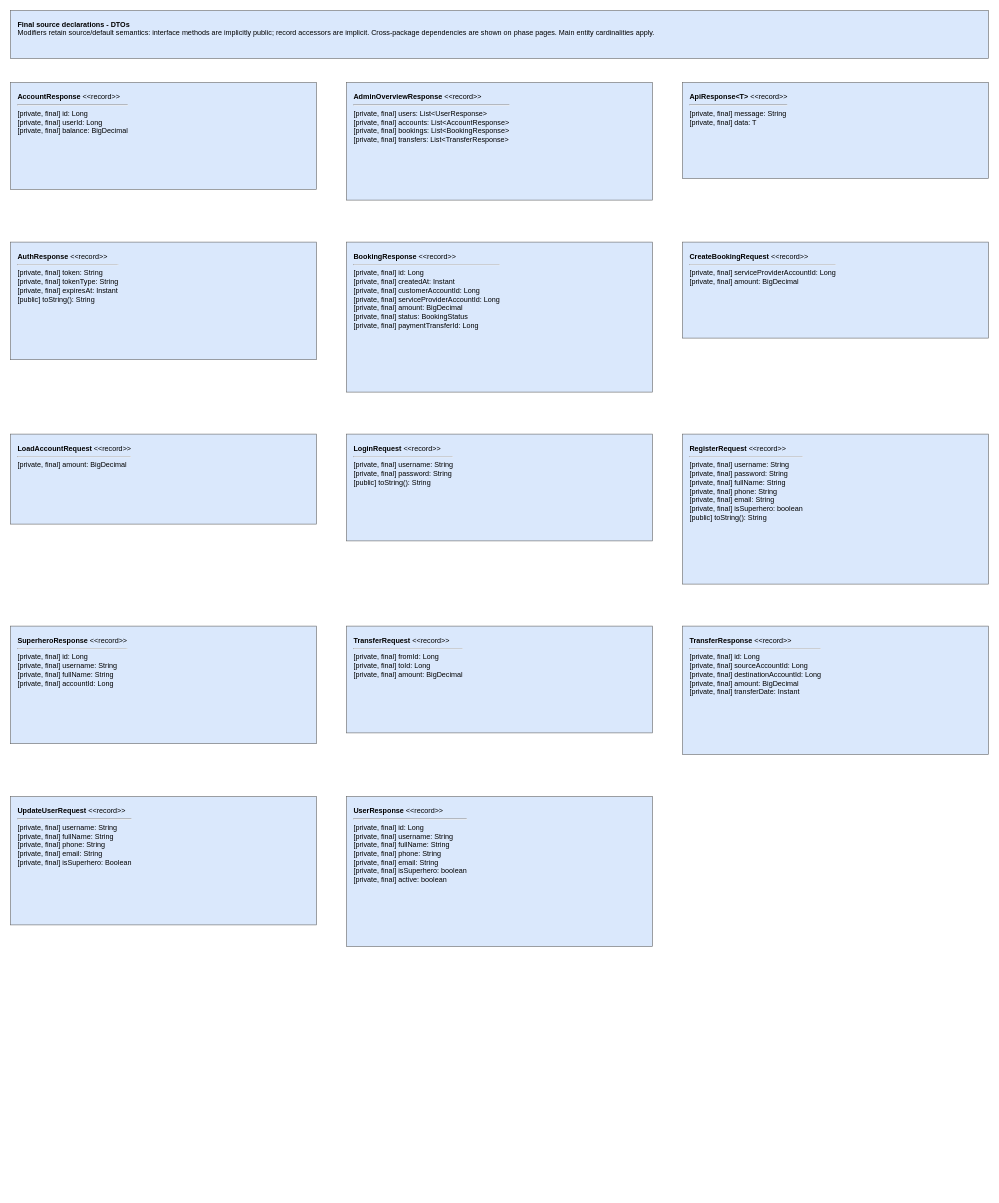
Earlier version of the draw.io diagram page "Final - DTOs" (10 of 14) of Kingpay.drawio (ezra-jeo/MCO1-ezra-jeo). Source tidied: cells renumbered, new cells numbered last; positions are measured from the earlier drawing's top-left corner, leaving out a move shared by most shapes. Both pictures are drawn from the tidied source at 60%, with x=0, y=0 at pixel (10, 10).
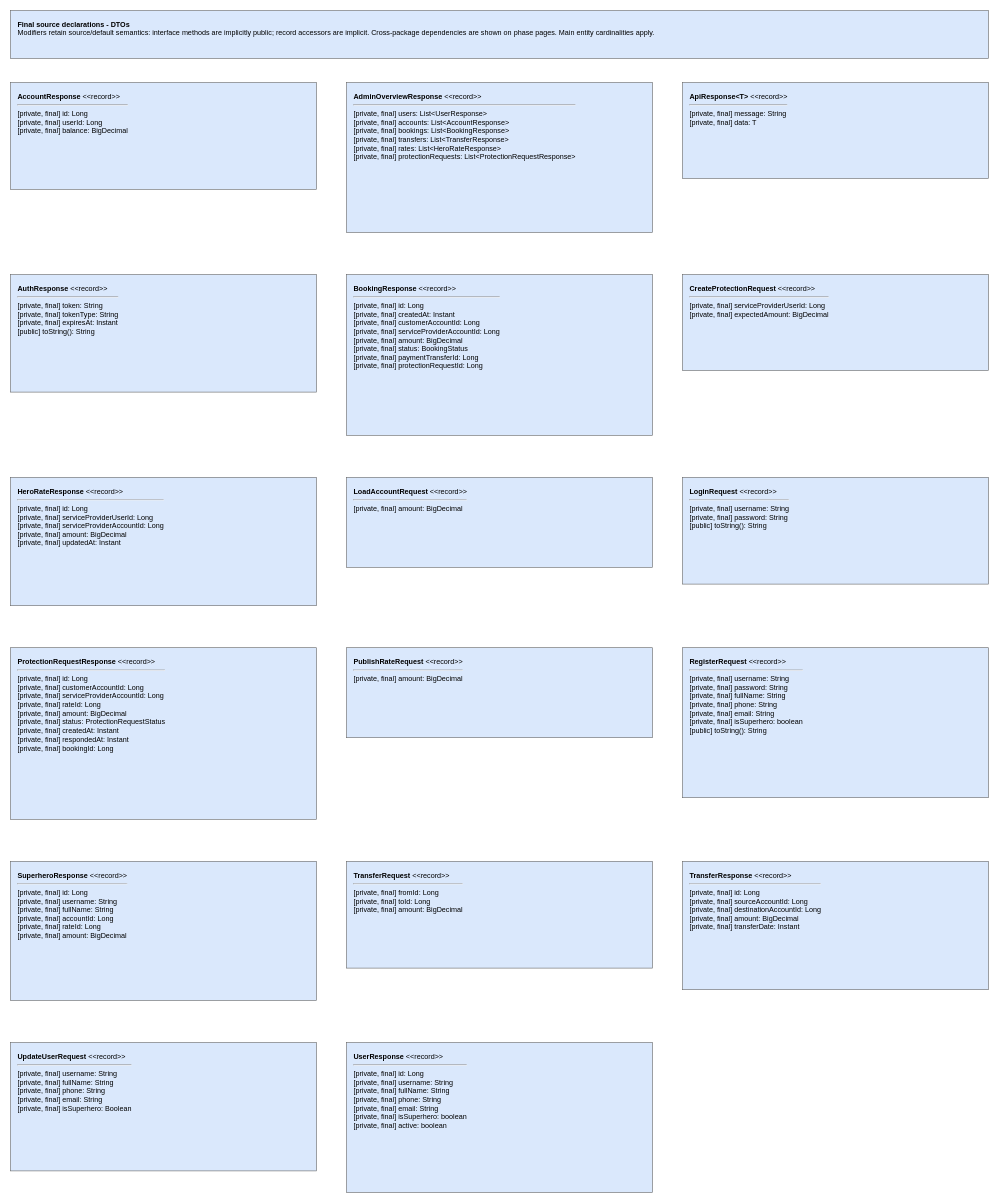
The same page after the edit.

What changed in the source:
```diff
@@
 <mxGraphModel>
   <root>
     <mxCell id="0" />
     <mxCell id="1" parent="0" />
     <mxCell id="2" value="&lt;b&gt;Final source declarations - DTOs&lt;/b&gt;&lt;br&gt;Modifiers retain source/default semantics: interface methods are implicitly public; record accessors are implicit. Cross-package dependencies are shown on phase pages. Main entity cardinalities apply." style="rounded=0;whiteSpace=wrap;html=1;align=left;verticalAlign=top;spacing=12;fontSize=12;fillColor=#dae8fc;strokeColor=#666666;" parent="1" vertex="1">
       <mxGeometry width="1630" height="80" as="geometry" />
     </mxCell>
     <mxCell id="3" value="&lt;b&gt;AccountResponse&lt;/b&gt; &amp;lt;&amp;lt;record&amp;gt;&amp;gt;&lt;hr&gt;[private, final] id: Long&lt;br&gt;[private, final] userId: Long&lt;br&gt;[private, final] balance: BigDecimal" style="rounded=0;whiteSpace=wrap;html=1;align=left;verticalAlign=top;spacing=12;fontSize=12;fillColor=#dae8fc;strokeColor=#666666;" parent="1" vertex="1">
       <mxGeometry y="120" width="510" height="178" as="geometry" />
     </mxCell>
-    <mxCell id="4" value="&lt;b&gt;AdminOverviewResponse&lt;/b&gt; &amp;lt;&amp;lt;record&amp;gt;&amp;gt;&lt;hr&gt;[private, final] users: List&amp;lt;UserResponse&amp;gt;&lt;br&gt;[private, final] accounts: List&amp;lt;AccountResponse&amp;gt;&lt;br&gt;[private, final] bookings: List&amp;lt;BookingResponse&amp;gt;&lt;br&gt;[private, final] transfers: List&amp;lt;TransferResponse&amp;gt;" style="rounded=0;whiteSpace=wrap;html=1;align=left;verticalAlign=top;spacing=12;fontSize=12;fillColor=#dae8fc;strokeColor=#666666;" parent="1" vertex="1">
-      <mxGeometry x="560" y="120" width="510" height="196" as="geometry" />
+    <mxCell id="4" value="&lt;b&gt;AdminOverviewResponse&lt;/b&gt; &amp;lt;&amp;lt;record&amp;gt;&amp;gt;&lt;hr&gt;[private, final] users: List&amp;lt;UserResponse&amp;gt;&lt;br&gt;[private, final] accounts: List&amp;lt;AccountResponse&amp;gt;&lt;br&gt;[private, final] bookings: List&amp;lt;BookingResponse&amp;gt;&lt;br&gt;[private, final] transfers: List&amp;lt;TransferResponse&amp;gt;&lt;br&gt;[private, final] rates: List&amp;lt;HeroRateResponse&amp;gt;&lt;br&gt;[private, final] protectionRequests: List&amp;lt;ProtectionRequestResponse&amp;gt;" style="rounded=0;whiteSpace=wrap;html=1;align=left;verticalAlign=top;spacing=12;fontSize=12;fillColor=#dae8fc;strokeColor=#666666;" parent="1" vertex="1">
+      <mxGeometry x="560" y="120" width="510" height="250" as="geometry" />
     </mxCell>
     <mxCell id="5" value="&lt;b&gt;ApiResponse&amp;lt;T&amp;gt;&lt;/b&gt; &amp;lt;&amp;lt;record&amp;gt;&amp;gt;&lt;hr&gt;[private, final] message: String&lt;br&gt;[private, final] data: T" style="rounded=0;whiteSpace=wrap;html=1;align=left;verticalAlign=top;spacing=12;fontSize=12;fillColor=#dae8fc;strokeColor=#666666;" parent="1" vertex="1">
       <mxGeometry x="1120" y="120" width="510" height="160" as="geometry" />
     </mxCell>
     <mxCell id="6" value="&lt;b&gt;AuthResponse&lt;/b&gt; &amp;lt;&amp;lt;record&amp;gt;&amp;gt;&lt;hr&gt;[private, final] token: String&lt;br&gt;[private, final] tokenType: String&lt;br&gt;[private, final] expiresAt: Instant&lt;br&gt;[public] toString(): String" style="rounded=0;whiteSpace=wrap;html=1;align=left;verticalAlign=top;spacing=12;fontSize=12;fillColor=#dae8fc;strokeColor=#666666;" parent="1" vertex="1">
-      <mxGeometry y="386" width="510" height="196" as="geometry" />
+      <mxGeometry y="440" width="510" height="196" as="geometry" />
     </mxCell>
-    <mxCell id="7" value="&lt;b&gt;BookingResponse&lt;/b&gt; &amp;lt;&amp;lt;record&amp;gt;&amp;gt;&lt;hr&gt;[private, final] id: Long&lt;br&gt;[private, final] createdAt: Instant&lt;br&gt;[private, final] customerAccountId: Long&lt;br&gt;[private, final] serviceProviderAccountId: Long&lt;br&gt;[private, final] amount: BigDecimal&lt;br&gt;[private, final] status: BookingStatus&lt;br&gt;[private, final] paymentTransferId: Long" style="rounded=0;whiteSpace=wrap;html=1;align=left;verticalAlign=top;spacing=12;fontSize=12;fillColor=#dae8fc;strokeColor=#666666;" parent="1" vertex="1">
-      <mxGeometry x="560" y="386" width="510" height="250" as="geometry" />
+    <mxCell id="7" value="&lt;b&gt;BookingResponse&lt;/b&gt; &amp;lt;&amp;lt;record&amp;gt;&amp;gt;&lt;hr&gt;[private, final] id: Long&lt;br&gt;[private, final] createdAt: Instant&lt;br&gt;[private, final] customerAccountId: Long&lt;br&gt;[private, final] serviceProviderAccountId: Long&lt;br&gt;[private, final] amount: BigDecimal&lt;br&gt;[private, final] status: BookingStatus&lt;br&gt;[private, final] paymentTransferId: Long&lt;br&gt;[private, final] protectionRequestId: Long" style="rounded=0;whiteSpace=wrap;html=1;align=left;verticalAlign=top;spacing=12;fontSize=12;fillColor=#dae8fc;strokeColor=#666666;" parent="1" vertex="1">
+      <mxGeometry x="560" y="440" width="510" height="268" as="geometry" />
     </mxCell>
-    <mxCell id="8" value="&lt;b&gt;CreateBookingRequest&lt;/b&gt; &amp;lt;&amp;lt;record&amp;gt;&amp;gt;&lt;hr&gt;[private, final] serviceProviderAccountId: Long&lt;br&gt;[private, final] amount: BigDecimal" style="rounded=0;whiteSpace=wrap;html=1;align=left;verticalAlign=top;spacing=12;fontSize=12;fillColor=#dae8fc;strokeColor=#666666;" parent="1" vertex="1">
-      <mxGeometry x="1120" y="386" width="510" height="160" as="geometry" />
-    </mxCell>
+    <mxCell id="17" value="&lt;b&gt;CreateProtectionRequest&lt;/b&gt; &amp;lt;&amp;lt;record&amp;gt;&amp;gt;&lt;hr&gt;[private, final] serviceProviderUserId: Long&lt;br&gt;[private, final] expectedAmount: BigDecimal" style="rounded=0;whiteSpace=wrap;html=1;align=left;verticalAlign=top;spacing=12;fontSize=12;fillColor=#dae8fc;strokeColor=#666666;" parent="1" vertex="1">
+      <mxGeometry x="1120" y="440" width="510" height="160" as="geometry" />
+    </mxCell>
+    <mxCell id="18" value="&lt;b&gt;HeroRateResponse&lt;/b&gt; &amp;lt;&amp;lt;record&amp;gt;&amp;gt;&lt;hr&gt;[private, final] id: Long&lt;br&gt;[private, final] serviceProviderUserId: Long&lt;br&gt;[private, final] serviceProviderAccountId: Long&lt;br&gt;[private, final] amount: BigDecimal&lt;br&gt;[private, final] updatedAt: Instant" style="rounded=0;whiteSpace=wrap;html=1;align=left;verticalAlign=top;spacing=12;fontSize=12;fillColor=#dae8fc;strokeColor=#666666;" parent="1" vertex="1">
+      <mxGeometry y="778" width="510" height="214" as="geometry" />
+    </mxCell>
     <mxCell id="9" value="&lt;b&gt;LoadAccountRequest&lt;/b&gt; &amp;lt;&amp;lt;record&amp;gt;&amp;gt;&lt;hr&gt;[private, final] amount: BigDecimal" style="rounded=0;whiteSpace=wrap;html=1;align=left;verticalAlign=top;spacing=12;fontSize=12;fillColor=#dae8fc;strokeColor=#666666;" parent="1" vertex="1">
-      <mxGeometry y="706" width="510" height="150" as="geometry" />
+      <mxGeometry x="560" y="778" width="510" height="150" as="geometry" />
     </mxCell>
     <mxCell id="10" value="&lt;b&gt;LoginRequest&lt;/b&gt; &amp;lt;&amp;lt;record&amp;gt;&amp;gt;&lt;hr&gt;[private, final] username: String&lt;br&gt;[private, final] password: String&lt;br&gt;[public] toString(): String" style="rounded=0;whiteSpace=wrap;html=1;align=left;verticalAlign=top;spacing=12;fontSize=12;fillColor=#dae8fc;strokeColor=#666666;" parent="1" vertex="1">
-      <mxGeometry x="560" y="706" width="510" height="178" as="geometry" />
+      <mxGeometry x="1120" y="778" width="510" height="178" as="geometry" />
     </mxCell>
+    <mxCell id="19" value="&lt;b&gt;ProtectionRequestResponse&lt;/b&gt; &amp;lt;&amp;lt;record&amp;gt;&amp;gt;&lt;hr&gt;[private, final] id: Long&lt;br&gt;[private, final] customerAccountId: Long&lt;br&gt;[private, final] serviceProviderAccountId: Long&lt;br&gt;[private, final] rateId: Long&lt;br&gt;[private, final] amount: BigDecimal&lt;br&gt;[private, final] status: ProtectionRequestStatus&lt;br&gt;[private, final] createdAt: Instant&lt;br&gt;[private, final] respondedAt: Instant&lt;br&gt;[private, final] bookingId: Long" style="rounded=0;whiteSpace=wrap;html=1;align=left;verticalAlign=top;spacing=12;fontSize=12;fillColor=#dae8fc;strokeColor=#666666;" parent="1" vertex="1">
+      <mxGeometry y="1062" width="510" height="286" as="geometry" />
+    </mxCell>
+    <mxCell id="20" value="&lt;b&gt;PublishRateRequest&lt;/b&gt; &amp;lt;&amp;lt;record&amp;gt;&amp;gt;&lt;hr&gt;[private, final] amount: BigDecimal" style="rounded=0;whiteSpace=wrap;html=1;align=left;verticalAlign=top;spacing=12;fontSize=12;fillColor=#dae8fc;strokeColor=#666666;" parent="1" vertex="1">
+      <mxGeometry x="560" y="1062" width="510" height="150" as="geometry" />
+    </mxCell>
     <mxCell id="11" value="&lt;b&gt;RegisterRequest&lt;/b&gt; &amp;lt;&amp;lt;record&amp;gt;&amp;gt;&lt;hr&gt;[private, final] username: String&lt;br&gt;[private, final] password: String&lt;br&gt;[private, final] fullName: String&lt;br&gt;[private, final] phone: String&lt;br&gt;[private, final] email: String&lt;br&gt;[private, final] isSuperhero: boolean&lt;br&gt;[public] toString(): String" style="rounded=0;whiteSpace=wrap;html=1;align=left;verticalAlign=top;spacing=12;fontSize=12;fillColor=#dae8fc;strokeColor=#666666;" parent="1" vertex="1">
-      <mxGeometry x="1120" y="706" width="510" height="250" as="geometry" />
+      <mxGeometry x="1120" y="1062" width="510" height="250" as="geometry" />
     </mxCell>
-    <mxCell id="12" value="&lt;b&gt;SuperheroResponse&lt;/b&gt; &amp;lt;&amp;lt;record&amp;gt;&amp;gt;&lt;hr&gt;[private, final] id: Long&lt;br&gt;[private, final] username: String&lt;br&gt;[private, final] fullName: String&lt;br&gt;[private, final] accountId: Long" style="rounded=0;whiteSpace=wrap;html=1;align=left;verticalAlign=top;spacing=12;fontSize=12;fillColor=#dae8fc;strokeColor=#666666;" parent="1" vertex="1">
-      <mxGeometry y="1026" width="510" height="196" as="geometry" />
+    <mxCell id="12" value="&lt;b&gt;SuperheroResponse&lt;/b&gt; &amp;lt;&amp;lt;record&amp;gt;&amp;gt;&lt;hr&gt;[private, final] id: Long&lt;br&gt;[private, final] username: String&lt;br&gt;[private, final] fullName: String&lt;br&gt;[private, final] accountId: Long&lt;br&gt;[private, final] rateId: Long&lt;br&gt;[private, final] amount: BigDecimal" style="rounded=0;whiteSpace=wrap;html=1;align=left;verticalAlign=top;spacing=12;fontSize=12;fillColor=#dae8fc;strokeColor=#666666;" parent="1" vertex="1">
+      <mxGeometry y="1418" width="510" height="232" as="geometry" />
     </mxCell>
     <mxCell id="13" value="&lt;b&gt;TransferRequest&lt;/b&gt; &amp;lt;&amp;lt;record&amp;gt;&amp;gt;&lt;hr&gt;[private, final] fromId: Long&lt;br&gt;[private, final] toId: Long&lt;br&gt;[private, final] amount: BigDecimal" style="rounded=0;whiteSpace=wrap;html=1;align=left;verticalAlign=top;spacing=12;fontSize=12;fillColor=#dae8fc;strokeColor=#666666;" parent="1" vertex="1">
-      <mxGeometry x="560" y="1026" width="510" height="178" as="geometry" />
+      <mxGeometry x="560" y="1418" width="510" height="178" as="geometry" />
     </mxCell>
     <mxCell id="14" value="&lt;b&gt;TransferResponse&lt;/b&gt; &amp;lt;&amp;lt;record&amp;gt;&amp;gt;&lt;hr&gt;[private, final] id: Long&lt;br&gt;[private, final] sourceAccountId: Long&lt;br&gt;[private, final] destinationAccountId: Long&lt;br&gt;[private, final] amount: BigDecimal&lt;br&gt;[private, final] transferDate: Instant" style="rounded=0;whiteSpace=wrap;html=1;align=left;verticalAlign=top;spacing=12;fontSize=12;fillColor=#dae8fc;strokeColor=#666666;" parent="1" vertex="1">
-      <mxGeometry x="1120" y="1026" width="510" height="214" as="geometry" />
+      <mxGeometry x="1120" y="1418" width="510" height="214" as="geometry" />
     </mxCell>
     <mxCell id="15" value="&lt;b&gt;UpdateUserRequest&lt;/b&gt; &amp;lt;&amp;lt;record&amp;gt;&amp;gt;&lt;hr&gt;[private, final] username: String&lt;br&gt;[private, final] fullName: String&lt;br&gt;[private, final] phone: String&lt;br&gt;[private, final] email: String&lt;br&gt;[private, final] isSuperhero: Boolean" style="rounded=0;whiteSpace=wrap;html=1;align=left;verticalAlign=top;spacing=12;fontSize=12;fillColor=#dae8fc;strokeColor=#666666;" parent="1" vertex="1">
-      <mxGeometry y="1310" width="510" height="214" as="geometry" />
+      <mxGeometry y="1720" width="510" height="214" as="geometry" />
     </mxCell>
     <mxCell id="16" value="&lt;b&gt;UserResponse&lt;/b&gt; &amp;lt;&amp;lt;record&amp;gt;&amp;gt;&lt;hr&gt;[private, final] id: Long&lt;br&gt;[private, final] username: String&lt;br&gt;[private, final] fullName: String&lt;br&gt;[private, final] phone: String&lt;br&gt;[private, final] email: String&lt;br&gt;[private, final] isSuperhero: boolean&lt;br&gt;[private, final] active: boolean" style="rounded=0;whiteSpace=wrap;html=1;align=left;verticalAlign=top;spacing=12;fontSize=12;fillColor=#dae8fc;strokeColor=#666666;" parent="1" vertex="1">
-      <mxGeometry x="560" y="1310" width="510" height="250" as="geometry" />
+      <mxGeometry x="560" y="1720" width="510" height="250" as="geometry" />
     </mxCell>
   </root>
 </mxGraphModel>
```
